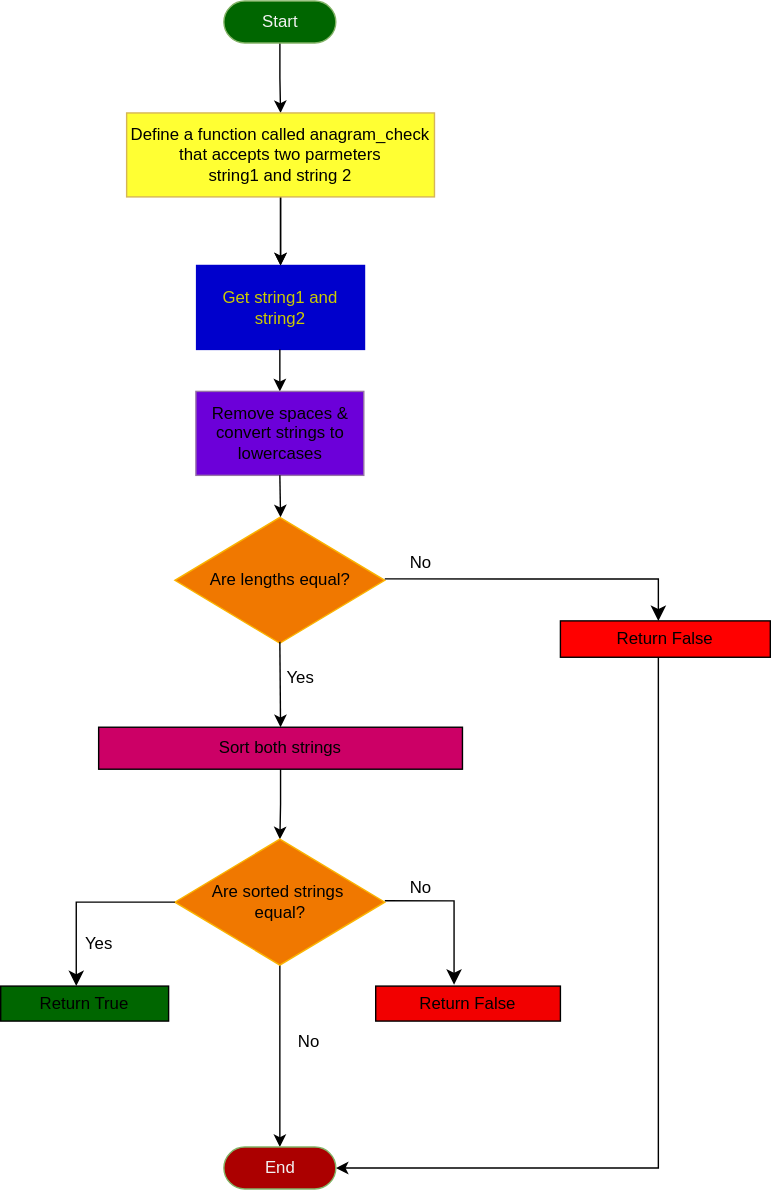
Before: Class_1/FSDI_114_Class1.drawio.svg, a diagram exported from draw.io (qoryhanisagal/FSDI_114). Source tidied: cells renumbered, new cells last; positions are measured from the earlier drawing's top-left corner, leaving out a move shared by most shapes.
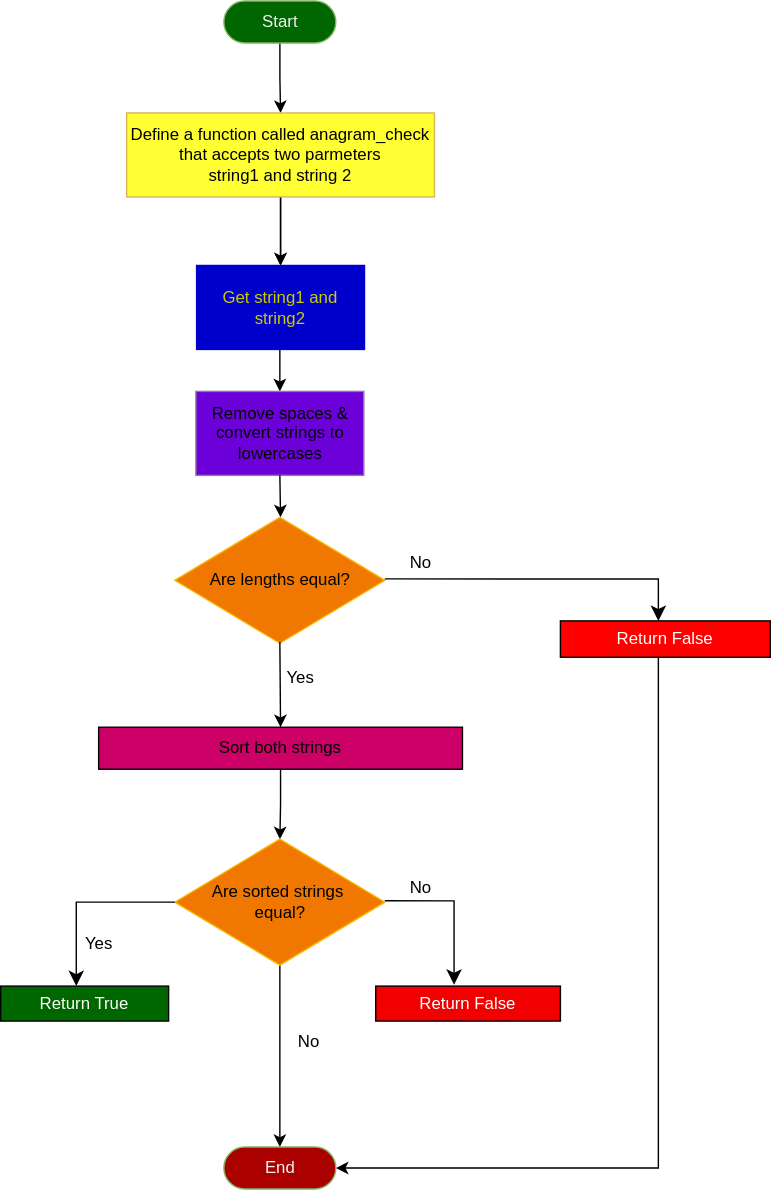
Later version of the same file.

Commit message:
chore: Organize Class 1 flowchart into Class_1 directory

Diff of the diagram source:
```diff
@@ -59,7 +59,7 @@
         </Array>
       </mxGeometry>
     </mxCell>
-    <mxCell id="13" value="Return False" style="rounded=0;whiteSpace=wrap;html=1;fillColor=#FF0000;" parent="1" vertex="1">
+    <mxCell id="13" value="&lt;font style=&quot;color: rgb(255, 255, 255);&quot;&gt;Return False&lt;/font&gt;" style="rounded=0;whiteSpace=wrap;html=1;fillColor=#FF0000;" parent="1" vertex="1">
       <mxGeometry x="400" y="443" width="150" height="26" as="geometry" />
     </mxCell>
     <mxCell id="14" style="endArrow=classic;html=1;rounded=0;fillColor=#e1d5e7;strokeColor=#000000;" parent="1" edge="1">
@@ -92,10 +92,10 @@
     <mxCell id="20" value="&lt;font style=&quot;color: rgb(242, 242, 242);&quot;&gt;End&lt;/font&gt;" style="html=1;dashed=0;whiteSpace=wrap;shape=mxgraph.dfd.start;fillColor=#AB0000;strokeColor=#82b366;" parent="1" vertex="1">
       <mxGeometry x="159.5" y="819" width="80" height="30" as="geometry" />
     </mxCell>
-    <mxCell id="21" value="Return False" style="rounded=0;whiteSpace=wrap;html=1;fillColor=#F20000;" parent="1" vertex="1">
+    <mxCell id="21" value="&lt;font style=&quot;color: rgb(255, 255, 255);&quot;&gt;Return False&lt;/font&gt;" style="rounded=0;whiteSpace=wrap;html=1;fillColor=#F20000;" parent="1" vertex="1">
       <mxGeometry x="268" y="704" width="132" height="25" as="geometry" />
     </mxCell>
-    <mxCell id="22" value="Return True" style="rounded=0;whiteSpace=wrap;html=1;fillColor=#006600;" parent="1" vertex="1">
+    <mxCell id="22" value="&lt;font style=&quot;color: rgb(255, 255, 255);&quot;&gt;Return True&lt;/font&gt;" style="rounded=0;whiteSpace=wrap;html=1;fillColor=#006600;" parent="1" vertex="1">
       <mxGeometry y="704" width="120" height="25" as="geometry" />
     </mxCell>
     <mxCell id="23" value="No" style="text;html=1;align=center;verticalAlign=middle;strokeColor=none;fillColor=none;" parent="1" vertex="1">
```
